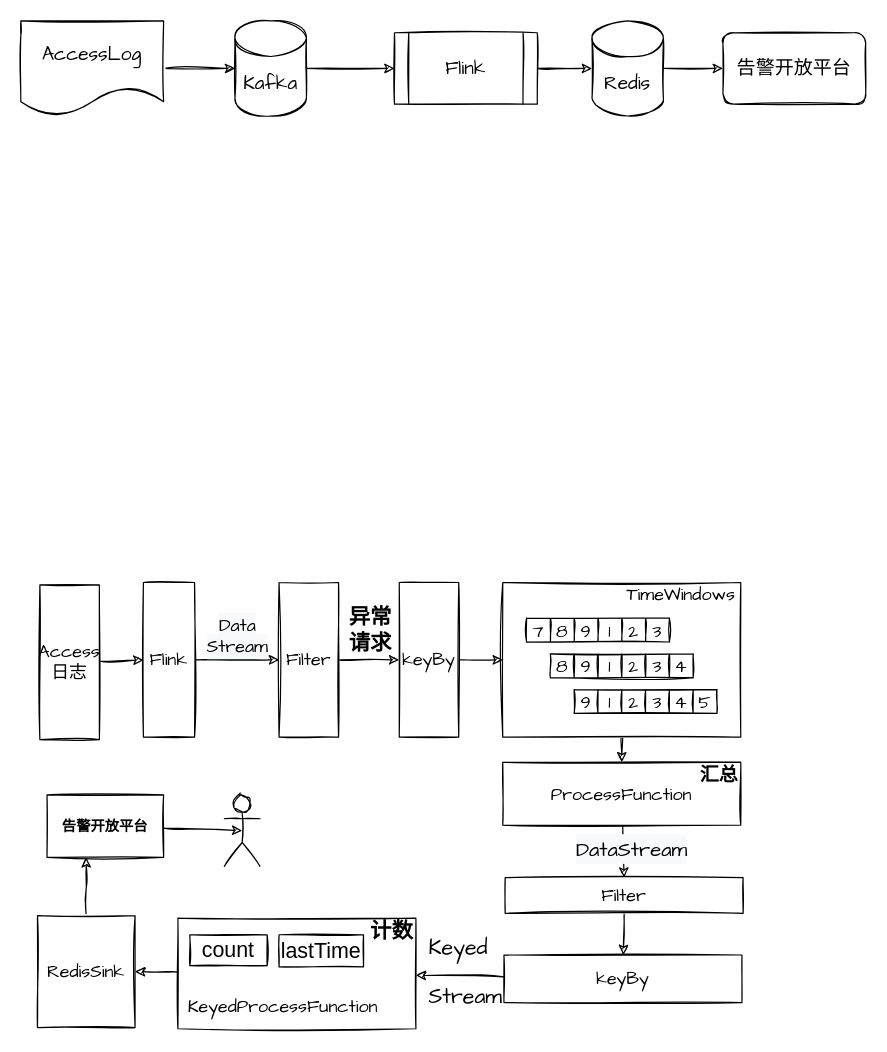
nullbull/uml keeps this draw.io diagram as page "第 13 页" (12 of 12) of shuzhi.drawio. Above is the earlier version. Source tidied: cells renumbered, new cells numbered last; positions are measured from the earlier drawing's top-left corner, leaving out a move shared by most shapes. Both pictures are drawn from the tidied source at 119%, with x=0, y=0 at pixel (20, 20).
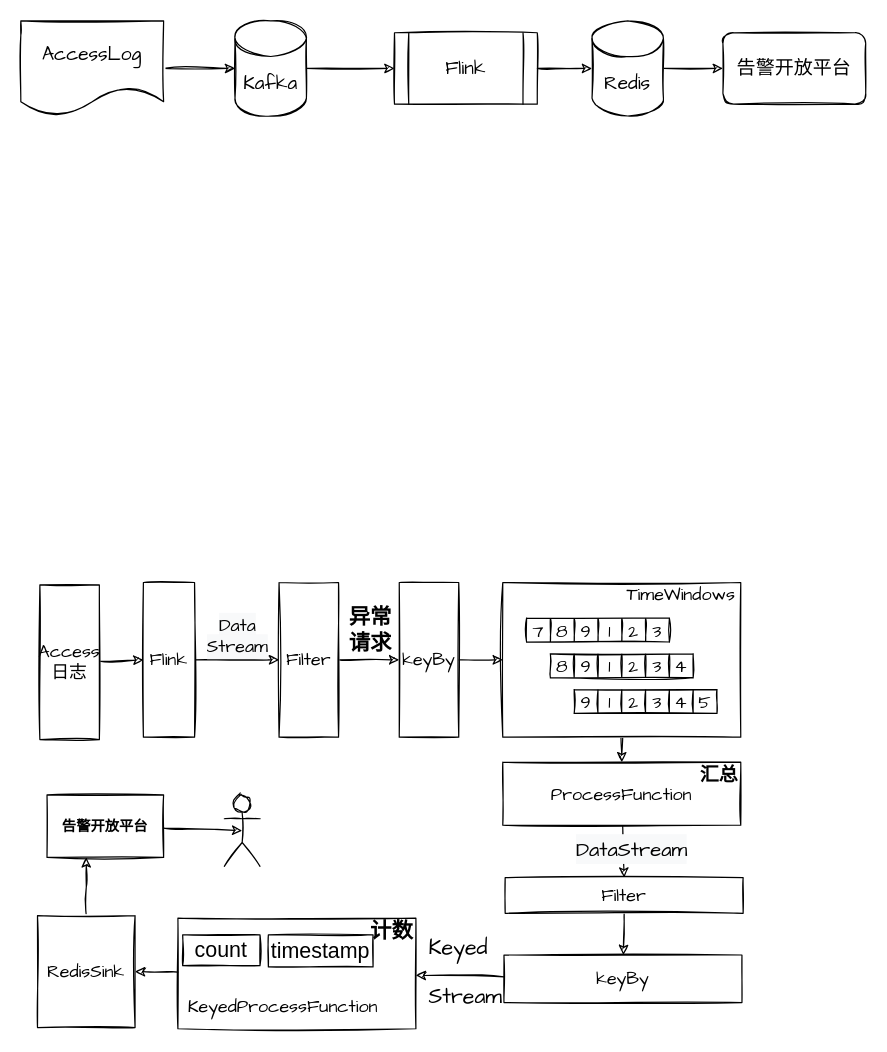
After the change.

What changed in the source:
```diff
@@
     <mxCell id="65" value="count" style="rounded=0;whiteSpace=wrap;html=1;sketch=1;fillColor=none;fontSize=18;" parent="1" vertex="1">
-      <mxGeometry x="142" y="768" width="65" height="26" as="geometry" />
+      <mxGeometry x="136" y="768" width="65" height="26" as="geometry" />
     </mxCell>
-    <mxCell id="66" value="lastTime" style="rounded=0;whiteSpace=wrap;html=1;sketch=1;fillColor=none;fontSize=18;" parent="1" vertex="1">
-      <mxGeometry x="217" y="768" width="71" height="27" as="geometry" />
+    <mxCell id="66" value="timestamp" style="rounded=0;whiteSpace=wrap;html=1;sketch=1;fillColor=none;fontSize=18;" parent="1" vertex="1">
+      <mxGeometry x="208" y="768" width="88" height="27" as="geometry" />
     </mxCell>
```
